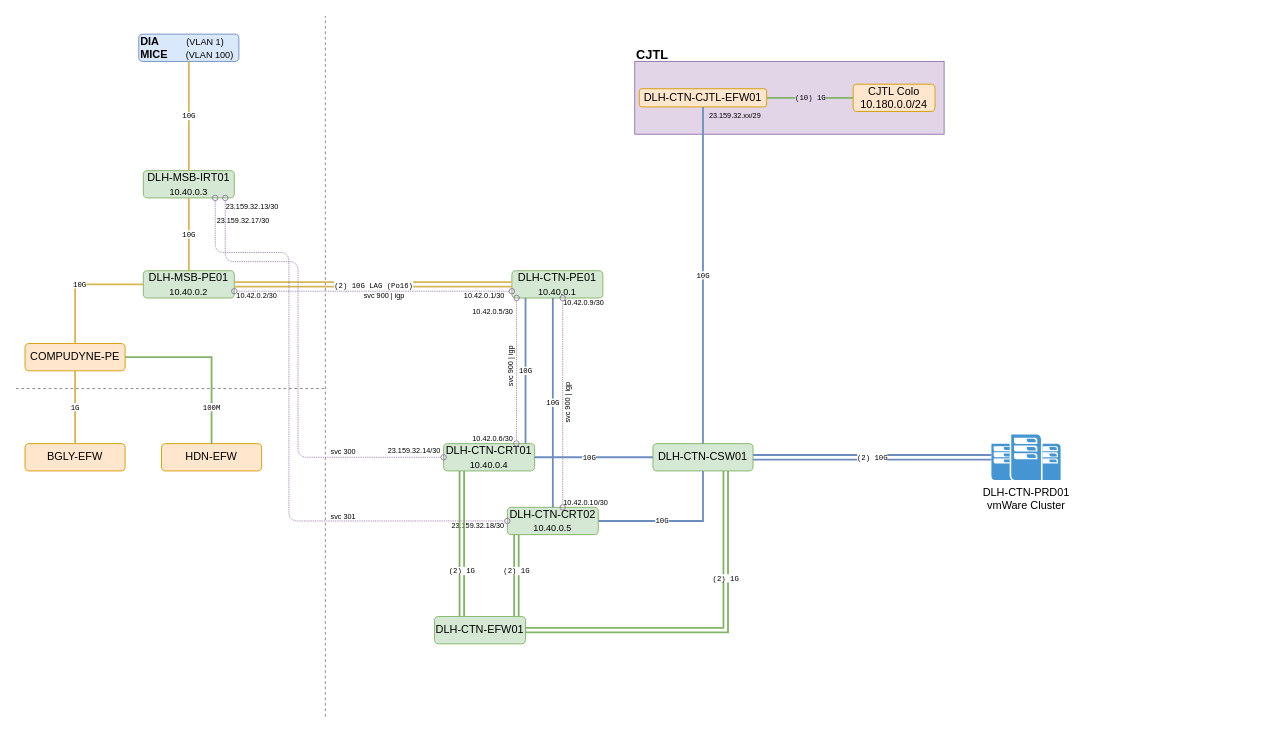
Above: Network Diagram.drawio in abhid/drawio-diagrams (draw.io), before the change. Source tidied: cells renumbered, new cells numbered last; positions are measured from the earlier drawing's top-left corner, leaving out a move shared by most shapes. Both pictures are drawn from the tidied source at 91%, with x=0, y=0 at pixel (15, 15).
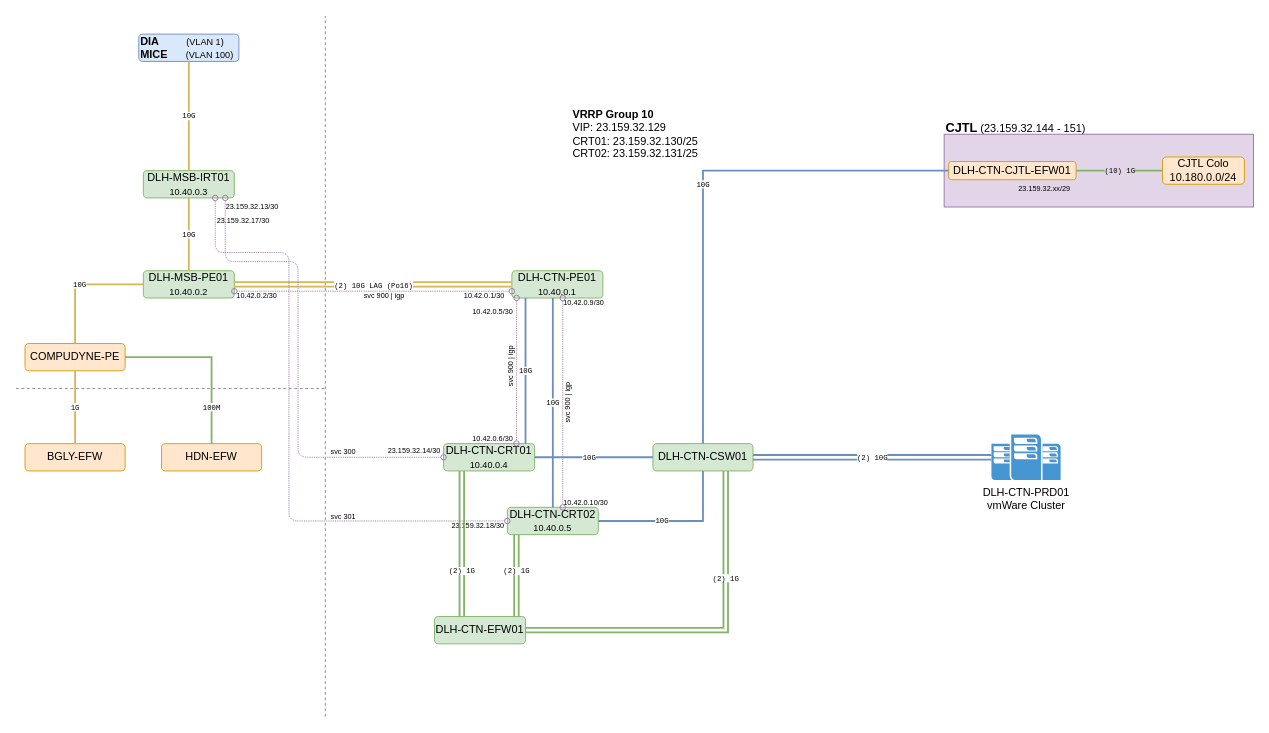
After the change.

The change refers to these unchanged cells:
```xml
<mxCell id="11" value="DLH-CTN-CSW01" style="rounded=1;whiteSpace=wrap;html=1;fillColor=#d5e8d4;strokeColor=#82b366;" parent="1" vertex="1">
  <mxGeometry x="700" y="470" width="110" height="30" as="geometry" />
</mxCell>
```

Diff of the diagram source:
```diff
@@
+    <mxCell id="60" value="&lt;b style=&quot;font-size: 12px;&quot;&gt;VRRP Group 10&lt;/b&gt;&lt;br style=&quot;font-size: 12px;&quot;&gt;VIP: 23.159.32.129&lt;br style=&quot;font-size: 12px;&quot;&gt;CRT01: 23.159.32.130/25&lt;br style=&quot;font-size: 12px;&quot;&gt;CRT02: 23.159.32.131/25" style="text;html=1;align=left;verticalAlign=middle;fontSize=12;" parent="35" vertex="1">
+      <mxGeometry x="610" y="100" width="150" height="60" as="geometry" />
+    </mxCell>
@@
+    <mxCell id="61" style="group;" parent="53" vertex="1">
+      <mxGeometry x="1020" y="130" width="340" height="80" as="geometry" />
+    </mxCell>
-    <mxCell id="54" value="CJTL" style="rounded=0;whiteSpace=wrap;html=1;fontSize=14;fillColor=#e1d5e7;strokeColor=#9673a6;verticalAlign=top;align=left;fontStyle=1;spacingBottom=0;spacingTop=-22;" parent="53" vertex="1">
-      <mxGeometry x="680" y="50" width="340" height="80" as="geometry" />
+    <mxCell id="54" value="CJTL&lt;span style=&quot;font-weight: normal ; font-size: 12px&quot;&gt; (&lt;span style=&quot;font-family: &amp;#34;arial&amp;#34; , &amp;#34;helvetica&amp;#34; , sans-serif ; text-align: center&quot;&gt;23.159.32.144 - 151)&lt;/span&gt;&lt;/span&gt;" style="rounded=0;whiteSpace=wrap;html=1;fontSize=14;fillColor=#e1d5e7;strokeColor=#9673a6;verticalAlign=top;align=left;fontStyle=1;spacingBottom=0;spacingTop=-22;" parent="61" vertex="1">
+      <mxGeometry width="340" height="80" as="geometry" />
     </mxCell>
-    <mxCell id="55" value="&lt;font face=&quot;Courier New&quot;&gt;(10) 1G&lt;/font&gt;" style="edgeStyle=orthogonalEdgeStyle;rounded=0;jettySize=auto;html=1;endArrow=none;endFill=0;strokeWidth=2;fontSize=8;fillColor=#d5e8d4;strokeColor=#82b366;labelBackgroundColor=#E1D5E7;" parent="53" edge="1" source="56" target="57">
-      <mxGeometry relative="1" as="geometry" />
-    </mxCell>
-    <mxCell id="56" value="DLH-CTN-CJTL-EFW01" style="rounded=1;whiteSpace=wrap;html=1;fillColor=#ffe6cc;strokeColor=#d79b00;" parent="53" vertex="1">
-      <mxGeometry x="685" y="80" width="140" height="20" as="geometry" />
+    <mxCell id="56" value="DLH-CTN-CJTL-EFW01" style="rounded=1;whiteSpace=wrap;html=1;fillColor=#ffe6cc;strokeColor=#d79b00;" parent="61" vertex="1">
+      <mxGeometry x="5" y="30" width="140" height="20" as="geometry" />
     </mxCell>
-    <mxCell id="57" value="CJTL Colo&lt;br&gt;10.180.0.0/24" style="rounded=1;whiteSpace=wrap;html=1;fillColor=#ffe6cc;strokeColor=#d79b00;" parent="53" vertex="1">
-      <mxGeometry x="920" y="75" width="90" height="30" as="geometry" />
+    <mxCell id="57" value="CJTL Colo&lt;br&gt;10.180.0.0/24" style="rounded=1;whiteSpace=wrap;html=1;fillColor=#ffe6cc;strokeColor=#d79b00;" parent="61" vertex="1">
+      <mxGeometry x="240" y="25" width="90" height="30" as="geometry" />
     </mxCell>
+    <mxCell id="55" value="&lt;font face=&quot;Courier New&quot;&gt;(10) 1G&lt;/font&gt;" style="edgeStyle=orthogonalEdgeStyle;rounded=0;jettySize=auto;html=1;endArrow=none;endFill=0;strokeWidth=2;fontSize=8;fillColor=#d5e8d4;strokeColor=#82b366;labelBackgroundColor=#E1D5E7;" parent="61" edge="1" source="56" target="57">
+      <mxGeometry relative="1" as="geometry" />
+    </mxCell>
+    <mxCell id="59" value="23.159.32.xx/29" style="text;html=1;strokeColor=none;fillColor=none;align=left;verticalAlign=middle;whiteSpace=wrap;rounded=0;comic=1;fontSize=8;" parent="61" vertex="1">
+      <mxGeometry x="80" y="55" width="60" height="10" as="geometry" />
+    </mxCell>
     <mxCell id="58" value="&lt;font face=&quot;Courier New&quot;&gt;10G&lt;/font&gt;" style="edgeStyle=orthogonalEdgeStyle;rounded=0;jettySize=auto;html=1;fillColor=#dae8fc;strokeColor=#6c8ebf;endArrow=none;endFill=0;strokeWidth=2;fontSize=8;" parent="53" edge="1" source="11" target="56">
-      <mxGeometry relative="1" as="geometry" />
+      <mxGeometry relative="1" as="geometry">
+        <Array as="points">
+          <mxPoint x="755" y="170" />
+        </Array>
+      </mxGeometry>
     </mxCell>
-    <mxCell id="59" value="23.159.32.xx/29" style="text;html=1;strokeColor=none;fillColor=none;align=left;verticalAlign=middle;whiteSpace=wrap;rounded=0;comic=1;fontSize=8;" parent="53" vertex="1">
-      <mxGeometry x="760" y="105" width="60" height="10" as="geometry" />
-    </mxCell>
```
